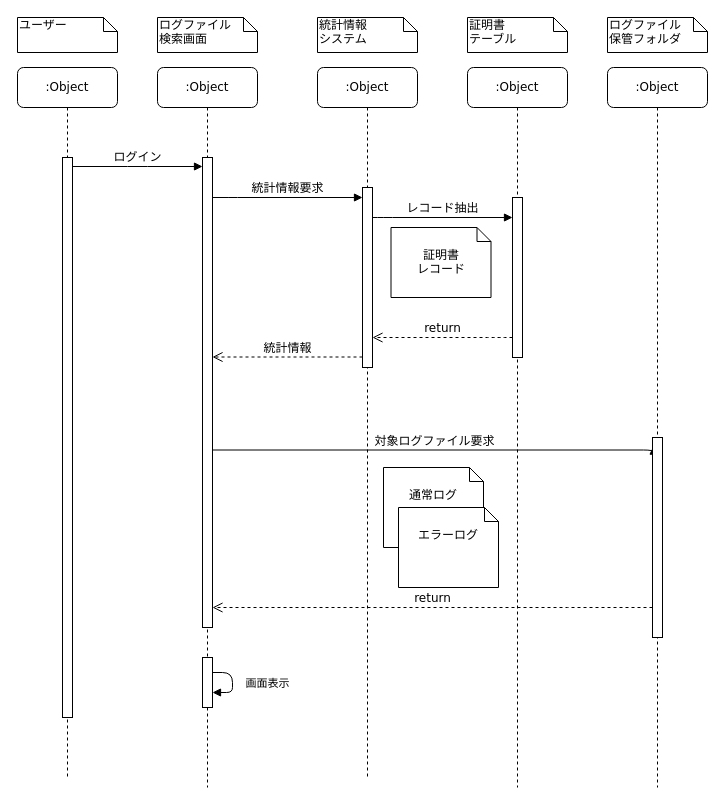
Above: page "シーケンス図（WEB UI）" (2 of 6) of UMLDiagram.drawio in r-asano/kaihatsubuKenshu (draw.io), before the change. Source tidied: cells renumbered, new cells numbered last; positions are measured from the earlier drawing's top-left corner, leaving out a move shared by most shapes. Both pictures are drawn from the tidied source at 100%, with x=0, y=0 at pixel (17, 17).
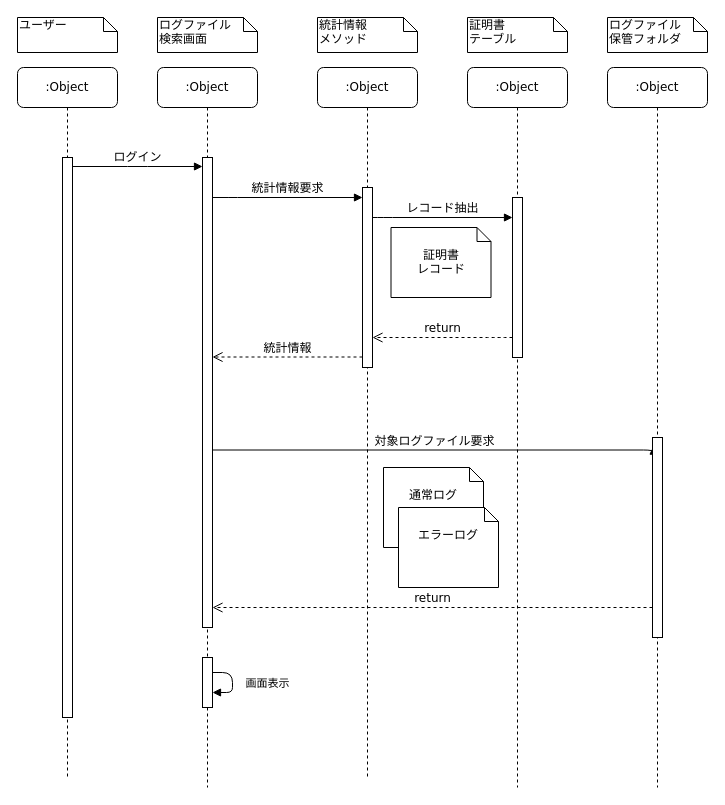
The same diagram, later.

The edit, as a diff of the source:
```diff
@@
-    <mxCell id="12" value="&lt;div&gt;統計情報&lt;/div&gt;&lt;div&gt;システム&lt;br&gt;&lt;/div&gt;" style="shape=note;whiteSpace=wrap;html=1;size=14;verticalAlign=top;align=left;spacingTop=-6;rounded=0;shadow=0;comic=0;labelBackgroundColor=none;strokeWidth=1;fontFamily=Verdana;fontSize=12;" parent="1" vertex="1">
+    <mxCell id="12" value="&lt;div&gt;統計情報&lt;/div&gt;&lt;div&gt;メソッド&lt;br&gt;&lt;/div&gt;" style="shape=note;whiteSpace=wrap;html=1;size=14;verticalAlign=top;align=left;spacingTop=-6;rounded=0;shadow=0;comic=0;labelBackgroundColor=none;strokeWidth=1;fontFamily=Verdana;fontSize=12;" parent="1" vertex="1">
       <mxGeometry x="300" width="100" height="35" as="geometry" />
     </mxCell>
```
